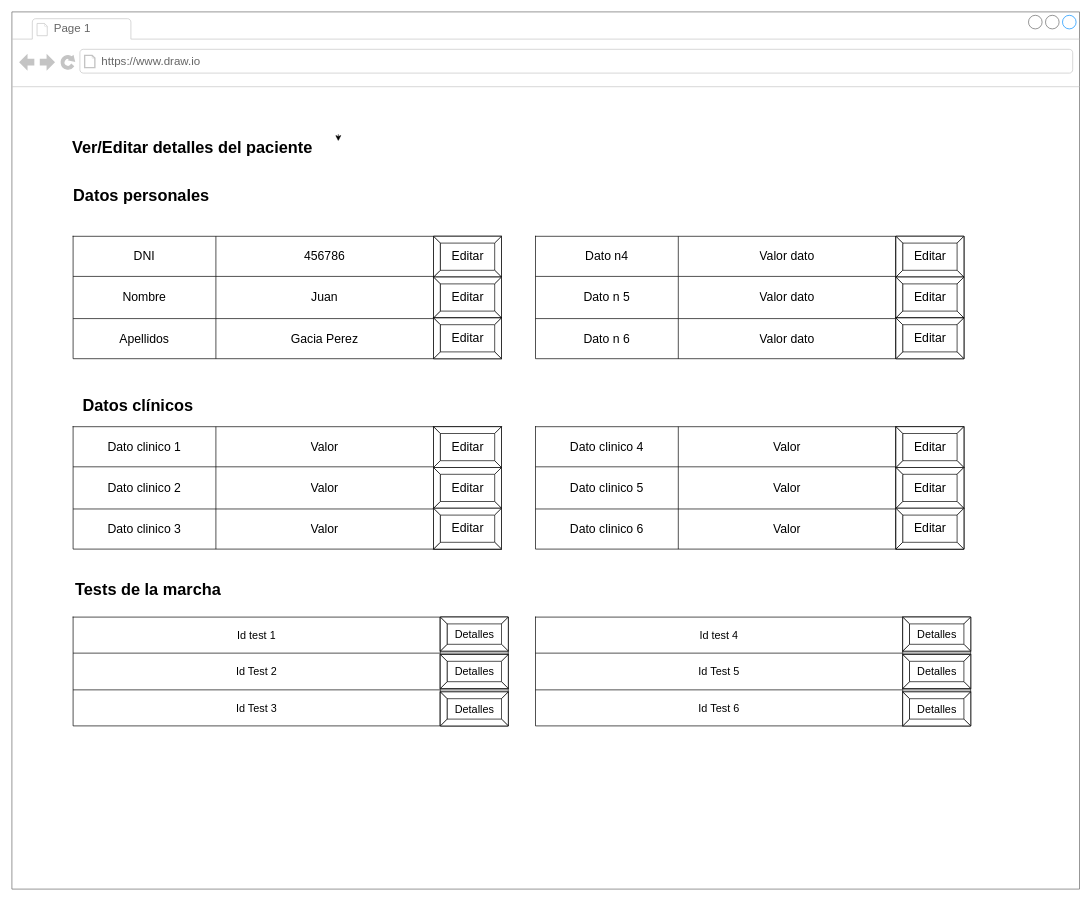
bernatDiaz/artefactos keeps this draw.io diagram as wireframes/(Medico) Ver Editar detalles.drawio. Above is the earlier version. Source tidied: cells renumbered, new cells numbered last; positions are measured from the earlier drawing's top-left corner, leaving out a move shared by most shapes. Both pictures are drawn from the tidied source at 68%, with x=0, y=0 at pixel (12, 12).
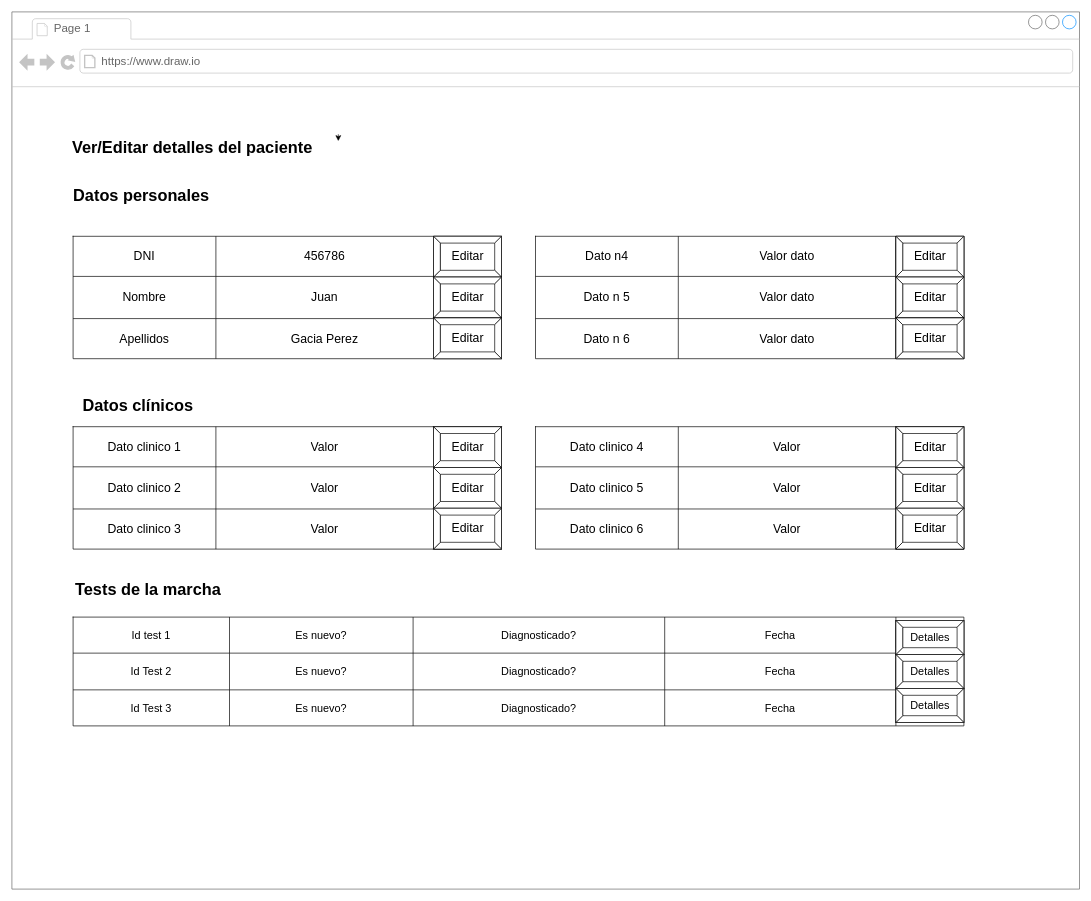
Above is the later version.

The change refers to these unchanged cells:
```xml
<mxCell id="2" style="strokeWidth=1;shadow=0;dashed=0;align=center;html=1;shape=mxgraph.mockup.containers.browserWindow;rSize=0;strokeColor=#666666;strokeColor2=#008cff;strokeColor3=#c4c4c4;mainText=,;" parent="1" vertex="1">
  <mxGeometry width="1570" height="1290" as="geometry" />
</mxCell>
```

The edit, as a diff of the source:
```diff
@@
     <mxCell id="74" style="shape=table;html=1;whiteSpace=wrap;startSize=0;childLayout=tableLayout;" parent="2" vertex="1">
-      <mxGeometry x="90" y="890" width="640" height="160" as="geometry" />
+      <mxGeometry x="90" y="890" width="1310" height="160" as="geometry" />
     </mxCell>
     <mxCell id="75" style="shape=tableRow;horizontal=0;startSize=0;swimlaneHead=0;swimlaneBody=0;top=0;left=0;bottom=0;right=0;fillColor=none;" parent="74" vertex="1">
-      <mxGeometry width="640" height="53" as="geometry" />
+      <mxGeometry width="1310" height="53" as="geometry" />
     </mxCell>
     <mxCell id="76" value="&lt;font style=&quot;font-size: 16px&quot;&gt;Id test 1&lt;/font&gt;" style="shape=partialRectangle;html=1;whiteSpace=wrap;fillColor=none;top=0;left=0;bottom=0;right=0;overflow=hidden;" parent="75" vertex="1">
-      <mxGeometry width="540" height="53" as="geometry" />
+      <mxGeometry width="230" height="53" as="geometry" />
     </mxCell>
-    <mxCell id="77" style="shape=partialRectangle;html=1;whiteSpace=wrap;fillColor=none;top=0;left=0;bottom=0;right=0;overflow=hidden;" parent="75" vertex="1">
-      <mxGeometry x="540" width="100" height="53" as="geometry" />
+    <mxCell id="77" value="&lt;font style=&quot;font-size: 16px&quot;&gt;Es nuevo?&lt;/font&gt;" style="shape=partialRectangle;html=1;whiteSpace=wrap;fillColor=none;top=0;left=0;bottom=0;right=0;overflow=hidden;" parent="75" vertex="1">
+      <mxGeometry x="230" width="270" height="53" as="geometry" />
     </mxCell>
+    <mxCell id="100" value="&lt;font style=&quot;font-size: 16px&quot;&gt;Diagnosticado?&lt;/font&gt;" style="shape=partialRectangle;html=1;whiteSpace=wrap;fillColor=none;top=0;left=0;bottom=0;right=0;overflow=hidden;" parent="75" vertex="1">
+      <mxGeometry x="500" width="370" height="53" as="geometry" />
+    </mxCell>
+    <mxCell id="101" value="&lt;font style=&quot;font-size: 16px&quot;&gt;Fecha&lt;/font&gt;" style="shape=partialRectangle;html=1;whiteSpace=wrap;fillColor=none;top=0;left=0;bottom=0;right=0;overflow=hidden;" parent="75" vertex="1">
+      <mxGeometry x="870" width="340" height="53" as="geometry" />
+    </mxCell>
+    <mxCell id="102" style="shape=partialRectangle;html=1;whiteSpace=wrap;fillColor=none;top=0;left=0;bottom=0;right=0;overflow=hidden;" parent="75" vertex="1">
+      <mxGeometry x="1210" width="100" height="53" as="geometry" />
+    </mxCell>
     <mxCell id="78" style="shape=tableRow;horizontal=0;startSize=0;swimlaneHead=0;swimlaneBody=0;top=0;left=0;bottom=0;right=0;fillColor=none;" parent="74" vertex="1">
-      <mxGeometry y="53" width="640" height="54" as="geometry" />
+      <mxGeometry y="53" width="1310" height="54" as="geometry" />
     </mxCell>
     <mxCell id="79" value="&lt;font style=&quot;font-size: 16px&quot;&gt;Id Test 2&lt;/font&gt;" style="shape=partialRectangle;html=1;whiteSpace=wrap;fillColor=none;top=0;left=0;bottom=0;right=0;overflow=hidden;" parent="78" vertex="1">
-      <mxGeometry width="540" height="54" as="geometry" />
+      <mxGeometry width="230" height="54" as="geometry" />
     </mxCell>
-    <mxCell id="80" style="shape=partialRectangle;html=1;whiteSpace=wrap;fillColor=none;top=0;left=0;bottom=0;right=0;overflow=hidden;" parent="78" vertex="1">
-      <mxGeometry x="540" width="100" height="54" as="geometry" />
+    <mxCell id="80" value="&lt;font style=&quot;font-size: 16px&quot;&gt;Es nuevo?&lt;/font&gt;" style="shape=partialRectangle;html=1;whiteSpace=wrap;fillColor=none;top=0;left=0;bottom=0;right=0;overflow=hidden;" parent="78" vertex="1">
+      <mxGeometry x="230" width="270" height="54" as="geometry" />
     </mxCell>
+    <mxCell id="103" value="&lt;font style=&quot;font-size: 16px&quot;&gt;Diagnosticado?&lt;/font&gt;" style="shape=partialRectangle;html=1;whiteSpace=wrap;fillColor=none;top=0;left=0;bottom=0;right=0;overflow=hidden;" parent="78" vertex="1">
+      <mxGeometry x="500" width="370" height="54" as="geometry" />
+    </mxCell>
+    <mxCell id="104" value="&lt;font style=&quot;font-size: 16px&quot;&gt;Fecha&lt;/font&gt;" style="shape=partialRectangle;html=1;whiteSpace=wrap;fillColor=none;top=0;left=0;bottom=0;right=0;overflow=hidden;" parent="78" vertex="1">
+      <mxGeometry x="870" width="340" height="54" as="geometry" />
+    </mxCell>
+    <mxCell id="105" style="shape=partialRectangle;html=1;whiteSpace=wrap;fillColor=none;top=0;left=0;bottom=0;right=0;overflow=hidden;" parent="78" vertex="1">
+      <mxGeometry x="1210" width="100" height="54" as="geometry" />
+    </mxCell>
     <mxCell id="81" style="shape=tableRow;horizontal=0;startSize=0;swimlaneHead=0;swimlaneBody=0;top=0;left=0;bottom=0;right=0;fillColor=none;" parent="74" vertex="1">
-      <mxGeometry y="107" width="640" height="53" as="geometry" />
+      <mxGeometry y="107" width="1310" height="53" as="geometry" />
     </mxCell>
     <mxCell id="82" value="&lt;font style=&quot;font-size: 16px&quot;&gt;Id Test 3&lt;/font&gt;" style="shape=partialRectangle;html=1;whiteSpace=wrap;fillColor=none;top=0;left=0;bottom=0;right=0;overflow=hidden;" parent="81" vertex="1">
-      <mxGeometry width="540" height="53" as="geometry" />
+      <mxGeometry width="230" height="53" as="geometry" />
     </mxCell>
-    <mxCell id="83" style="shape=partialRectangle;html=1;whiteSpace=wrap;fillColor=none;top=0;left=0;bottom=0;right=0;overflow=hidden;" parent="81" vertex="1">
-      <mxGeometry x="540" width="100" height="53" as="geometry" />
+    <mxCell id="83" value="&lt;font style=&quot;font-size: 16px&quot;&gt;Es nuevo?&lt;/font&gt;" style="shape=partialRectangle;html=1;whiteSpace=wrap;fillColor=none;top=0;left=0;bottom=0;right=0;overflow=hidden;" parent="81" vertex="1">
+      <mxGeometry x="230" width="270" height="53" as="geometry" />
     </mxCell>
+    <mxCell id="106" value="&lt;font style=&quot;font-size: 16px&quot;&gt;Diagnosticado?&lt;/font&gt;" style="shape=partialRectangle;html=1;whiteSpace=wrap;fillColor=none;top=0;left=0;bottom=0;right=0;overflow=hidden;" parent="81" vertex="1">
+      <mxGeometry x="500" width="370" height="53" as="geometry" />
+    </mxCell>
+    <mxCell id="107" value="&lt;font style=&quot;font-size: 16px&quot;&gt;Fecha&lt;/font&gt;" style="shape=partialRectangle;html=1;whiteSpace=wrap;fillColor=none;top=0;left=0;bottom=0;right=0;overflow=hidden;" parent="81" vertex="1">
+      <mxGeometry x="870" width="340" height="53" as="geometry" />
+    </mxCell>
+    <mxCell id="108" style="shape=partialRectangle;html=1;whiteSpace=wrap;fillColor=none;top=0;left=0;bottom=0;right=0;overflow=hidden;" parent="81" vertex="1">
+      <mxGeometry x="1210" width="100" height="53" as="geometry" />
+    </mxCell>
     <mxCell id="84" value="&lt;font style=&quot;font-size: 16px&quot;&gt;Detalles&lt;/font&gt;" style="labelPosition=center;verticalLabelPosition=middle;align=center;html=1;shape=mxgraph.basic.button;dx=10;fontSize=16;" parent="2" vertex="1">
-      <mxGeometry x="630" y="890" width="100" height="50" as="geometry" />
+      <mxGeometry x="1300" y="895" width="100" height="50" as="geometry" />
     </mxCell>
     <mxCell id="85" value="&lt;font style=&quot;font-size: 16px&quot;&gt;Detalles&lt;/font&gt;" style="labelPosition=center;verticalLabelPosition=middle;align=center;html=1;shape=mxgraph.basic.button;dx=10;fontSize=16;" parent="2" vertex="1">
-      <mxGeometry x="630" y="1000" width="100" height="50" as="geometry" />
+      <mxGeometry x="1300" y="995" width="100" height="50" as="geometry" />
     </mxCell>
     <mxCell id="86" value="&lt;font style=&quot;font-size: 16px&quot;&gt;Detalles&lt;/font&gt;" style="labelPosition=center;verticalLabelPosition=middle;align=center;html=1;shape=mxgraph.basic.button;dx=10;fontSize=16;" parent="2" vertex="1">
-      <mxGeometry x="630" y="945" width="100" height="50" as="geometry" />
+      <mxGeometry x="1300" y="945" width="100" height="50" as="geometry" />
     </mxCell>
-    <mxCell id="87" style="shape=table;html=1;whiteSpace=wrap;startSize=0;childLayout=tableLayout;" parent="2" vertex="1">
-      <mxGeometry x="770" y="890" width="640" height="160" as="geometry" />
-    </mxCell>
-    <mxCell id="88" style="shape=tableRow;horizontal=0;startSize=0;swimlaneHead=0;swimlaneBody=0;top=0;left=0;bottom=0;right=0;fillColor=none;" parent="87" vertex="1">
-      <mxGeometry width="640" height="53" as="geometry" />
-    </mxCell>
-    <mxCell id="89" value="&lt;font style=&quot;font-size: 16px&quot;&gt;Id test 4&lt;/font&gt;" style="shape=partialRectangle;html=1;whiteSpace=wrap;fillColor=none;top=0;left=0;bottom=0;right=0;overflow=hidden;" parent="88" vertex="1">
-      <mxGeometry width="540" height="53" as="geometry" />
-    </mxCell>
-    <mxCell id="90" style="shape=partialRectangle;html=1;whiteSpace=wrap;fillColor=none;top=0;left=0;bottom=0;right=0;overflow=hidden;" parent="88" vertex="1">
-      <mxGeometry x="540" width="100" height="53" as="geometry" />
-    </mxCell>
-    <mxCell id="91" style="shape=tableRow;horizontal=0;startSize=0;swimlaneHead=0;swimlaneBody=0;top=0;left=0;bottom=0;right=0;fillColor=none;" parent="87" vertex="1">
-      <mxGeometry y="53" width="640" height="54" as="geometry" />
-    </mxCell>
-    <mxCell id="92" value="&lt;font style=&quot;font-size: 16px&quot;&gt;Id Test 5&lt;/font&gt;" style="shape=partialRectangle;html=1;whiteSpace=wrap;fillColor=none;top=0;left=0;bottom=0;right=0;overflow=hidden;" parent="91" vertex="1">
-      <mxGeometry width="540" height="54" as="geometry" />
-    </mxCell>
-    <mxCell id="93" style="shape=partialRectangle;html=1;whiteSpace=wrap;fillColor=none;top=0;left=0;bottom=0;right=0;overflow=hidden;" parent="91" vertex="1">
-      <mxGeometry x="540" width="100" height="54" as="geometry" />
-    </mxCell>
-    <mxCell id="94" style="shape=tableRow;horizontal=0;startSize=0;swimlaneHead=0;swimlaneBody=0;top=0;left=0;bottom=0;right=0;fillColor=none;" parent="87" vertex="1">
-      <mxGeometry y="107" width="640" height="53" as="geometry" />
-    </mxCell>
-    <mxCell id="95" value="&lt;font style=&quot;font-size: 16px&quot;&gt;Id Test 6&lt;/font&gt;" style="shape=partialRectangle;html=1;whiteSpace=wrap;fillColor=none;top=0;left=0;bottom=0;right=0;overflow=hidden;" parent="94" vertex="1">
-      <mxGeometry width="540" height="53" as="geometry" />
-    </mxCell>
-    <mxCell id="96" style="shape=partialRectangle;html=1;whiteSpace=wrap;fillColor=none;top=0;left=0;bottom=0;right=0;overflow=hidden;" parent="94" vertex="1">
-      <mxGeometry x="540" width="100" height="53" as="geometry" />
-    </mxCell>
-    <mxCell id="97" value="&lt;font style=&quot;font-size: 16px&quot;&gt;Detalles&lt;/font&gt;" style="labelPosition=center;verticalLabelPosition=middle;align=center;html=1;shape=mxgraph.basic.button;dx=10;fontSize=16;" parent="2" vertex="1">
-      <mxGeometry x="1310" y="890" width="100" height="50" as="geometry" />
-    </mxCell>
-    <mxCell id="98" value="&lt;font style=&quot;font-size: 16px&quot;&gt;Detalles&lt;/font&gt;" style="labelPosition=center;verticalLabelPosition=middle;align=center;html=1;shape=mxgraph.basic.button;dx=10;fontSize=16;" parent="2" vertex="1">
-      <mxGeometry x="1310" y="1000" width="100" height="50" as="geometry" />
-    </mxCell>
-    <mxCell id="99" value="&lt;font style=&quot;font-size: 16px&quot;&gt;Detalles&lt;/font&gt;" style="labelPosition=center;verticalLabelPosition=middle;align=center;html=1;shape=mxgraph.basic.button;dx=10;fontSize=16;" parent="2" vertex="1">
-      <mxGeometry x="1310" y="945" width="100" height="50" as="geometry" />
-    </mxCell>
```
